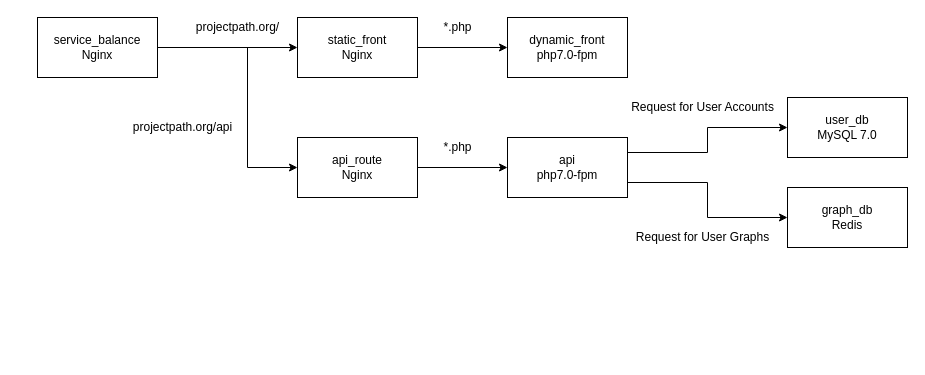
Above: dev-path.drawio in Interaze/projectPATH (draw.io), before the change. Source tidied: cells renumbered, new cells numbered last; positions are measured from the earlier drawing's top-left corner, leaving out a move shared by most shapes. Both pictures are drawn from the tidied source at 100%, with x=0, y=0 at pixel (37, 17).
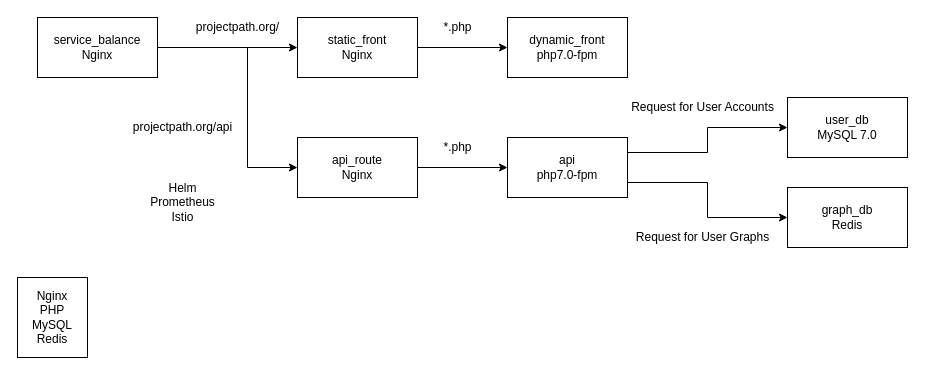
Above is the later version.

The edit, as a diff of the source:
```diff
@@
+    <mxCell id="21" value="Helm&lt;br&gt;Prometheus&lt;br&gt;Istio" style="text;html=1;align=center;verticalAlign=middle;" parent="1" vertex="1">
+      <mxGeometry x="105" y="160" width="80" height="50" as="geometry" />
+    </mxCell>
+    <mxCell id="22" value="Nginx&lt;br&gt;PHP&lt;br&gt;MySQL&lt;br&gt;Redis" style="rounded=0;whiteSpace=wrap;html=1;" parent="1" vertex="1">
+      <mxGeometry x="-20" y="260" width="70" height="80" as="geometry" />
+    </mxCell>
```
